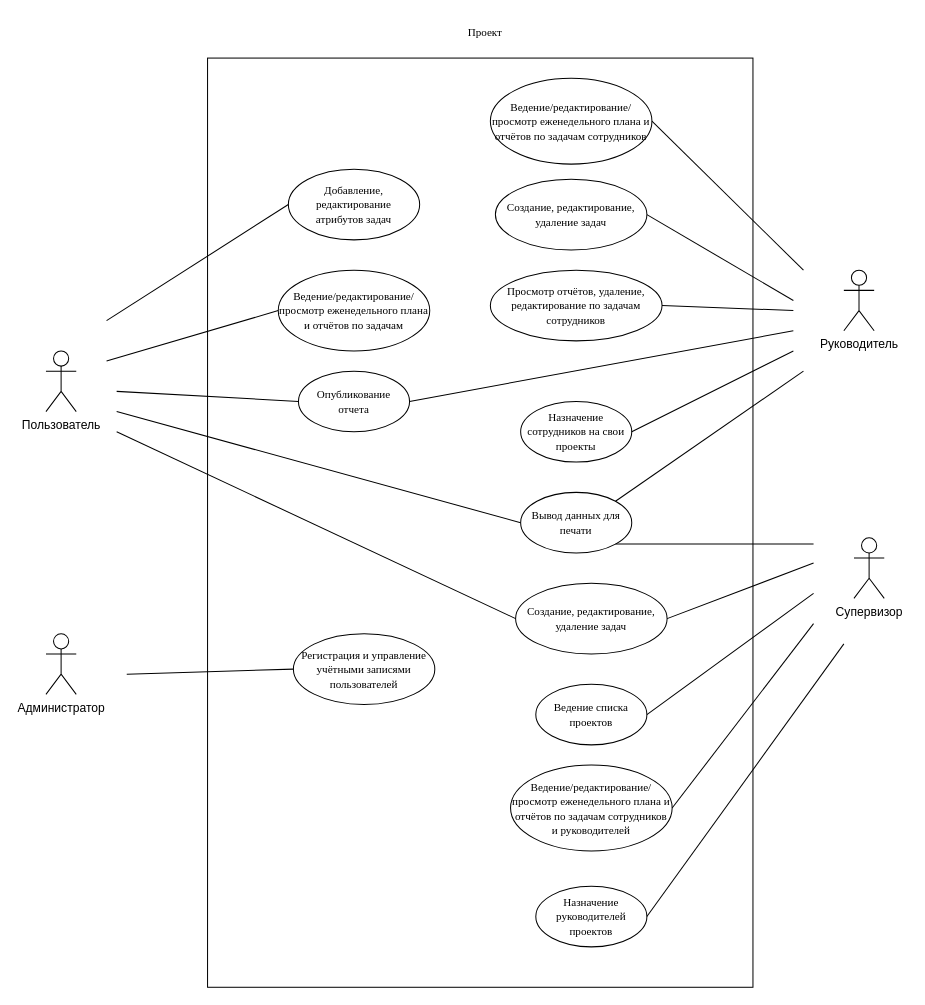
Before: Для ДЗ №8.drawio in pytonuserouner/UML_study, a draw.io diagram. Source tidied: cells renumbered, new cells numbered last; positions are measured from the earlier drawing's top-left corner, leaving out a move shared by most shapes. Both pictures are drawn from the tidied source at 101%, with x=0, y=0 at pixel (45, 17).
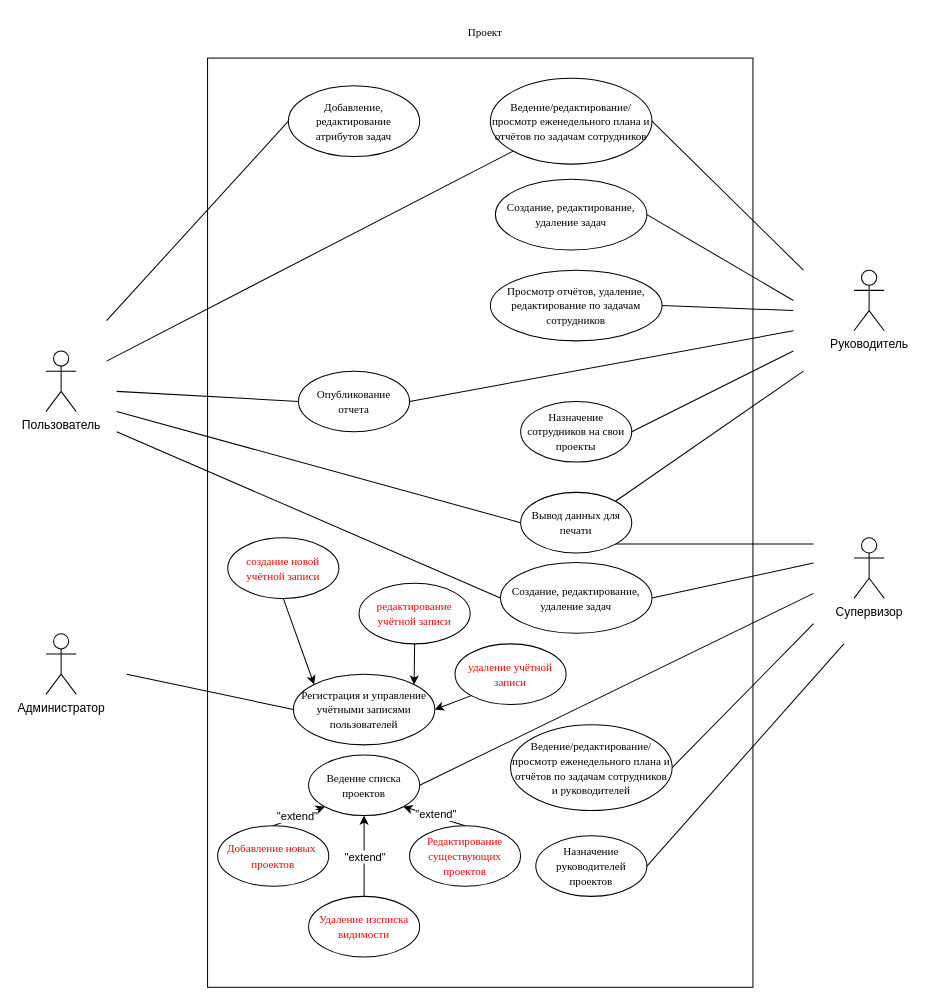
The same diagram, later.

The change refers to these unchanged cells:
```xml
<mxCell id="33" value="&lt;font face=&quot;Times New Roman&quot;&gt;&lt;span style=&quot;font-size: 11px;&quot;&gt;Ведение/редактирование/просмотр еженедельного плана и отчётов по задачам сотрудников&lt;/span&gt;&lt;/font&gt;" style="ellipse;whiteSpace=wrap;html=1;" parent="1" vertex="1">
  <mxGeometry x="440" y="60" width="160" height="85" as="geometry" />
</mxCell>
```

Change to the diagram source:
```diff
@@
     <mxCell id="6" value="Руководитель" style="shape=umlActor;verticalLabelPosition=bottom;verticalAlign=top;html=1;" parent="1" vertex="1">
-      <mxGeometry x="790" y="250" width="30" height="60" as="geometry" />
+      <mxGeometry x="800" y="250" width="30" height="60" as="geometry" />
     </mxCell>
-    <mxCell id="7" value="&lt;font face=&quot;Times New Roman&quot;&gt;&lt;span style=&quot;font-size: 11px;&quot;&gt;Ведение/редактирование/просмотр еженедельного плана и отчётов по задачам&lt;/span&gt;&lt;/font&gt;" style="ellipse;whiteSpace=wrap;html=1;" parent="1" vertex="1">
-      <mxGeometry x="230" y="250" width="150" height="80" as="geometry" />
-    </mxCell>
     <mxCell id="8" value="&lt;font face=&quot;Times New Roman&quot;&gt;&lt;span style=&quot;font-size: 11px;&quot;&gt;Добавление, редактирование&lt;/span&gt;&lt;/font&gt;&lt;div&gt;&lt;font face=&quot;Times New Roman&quot;&gt;&lt;span style=&quot;font-size: 11px;&quot;&gt;атрибутов задач&lt;/span&gt;&lt;/font&gt;&lt;/div&gt;" style="ellipse;whiteSpace=wrap;html=1;" parent="1" vertex="1">
-      <mxGeometry x="240" y="150" width="130" height="70" as="geometry" />
+      <mxGeometry x="240" y="67.5" width="130" height="70" as="geometry" />
     </mxCell>
@@
     <mxCell id="11" value="&lt;font face=&quot;Times New Roman&quot;&gt;&lt;span style=&quot;font-size: 11px;&quot;&gt;Создание, редактирование, удаление задач&lt;/span&gt;&lt;/font&gt;" style="ellipse;whiteSpace=wrap;html=1;" parent="1" vertex="1">
-      <mxGeometry x="465" y="560" width="150" height="70" as="geometry" />
+      <mxGeometry x="450" y="539.5" width="150" height="70" as="geometry" />
     </mxCell>
@@
-    <mxCell id="14" style="endArrow=none;html=1;rounded=0;entryX=0;entryY=0.5;entryDx=0;entryDy=0;" parent="1" edge="1" target="7">
+    <mxCell id="14" style="endArrow=none;html=1;rounded=0;" parent="1" edge="1" target="33">
       <mxGeometry relative="1" as="geometry">
         <mxPoint x="60" y="340" as="sourcePoint" />
       </mxGeometry>
     </mxCell>
@@
     <mxCell id="21" value="&lt;font face=&quot;Times New Roman&quot;&gt;&lt;span style=&quot;font-size: 11px;&quot;&gt;Ведение списка проектов&lt;/span&gt;&lt;/font&gt;" style="ellipse;whiteSpace=wrap;html=1;" parent="1" vertex="1">
-      <mxGeometry x="485" y="660" width="110" height="60" as="geometry" />
+      <mxGeometry x="260" y="730" width="110" height="60" as="geometry" />
     </mxCell>
     <mxCell id="22" value="&lt;font face=&quot;Times New Roman&quot;&gt;&lt;span style=&quot;font-size: 11px;&quot;&gt;Назначение руководителей проектов&lt;/span&gt;&lt;/font&gt;" style="ellipse;whiteSpace=wrap;html=1;" parent="1" vertex="1">
-      <mxGeometry x="485" y="860" width="110" height="60" as="geometry" />
+      <mxGeometry x="485" y="810" width="110" height="60" as="geometry" />
     </mxCell>
     <mxCell id="23" value="&lt;font face=&quot;Times New Roman&quot;&gt;&lt;span style=&quot;font-size: 11px;&quot;&gt;Регистрация и управление учётными записями пользователей&lt;/span&gt;&lt;/font&gt;" style="ellipse;whiteSpace=wrap;html=1;" parent="1" vertex="1">
-      <mxGeometry x="245" y="610" width="140" height="70" as="geometry" />
+      <mxGeometry x="245" y="650" width="140" height="70" as="geometry" />
     </mxCell>
@@
     <mxCell id="35" value="&lt;font face=&quot;Times New Roman&quot;&gt;&lt;span style=&quot;font-size: 11px;&quot;&gt;Ведение/редактирование/просмотр еженедельного плана и отчётов по задачам сотрудников и руководителей&lt;/span&gt;&lt;/font&gt;" style="ellipse;whiteSpace=wrap;html=1;" parent="1" vertex="1">
-      <mxGeometry x="460" y="740" width="160" height="85" as="geometry" />
+      <mxGeometry x="460" y="700" width="160" height="85" as="geometry" />
     </mxCell>
@@
+    <mxCell id="38" value="&lt;font color=&quot;#fa0000&quot; face=&quot;Times New Roman&quot;&gt;&lt;span style=&quot;font-size: 11px;&quot;&gt;Редактирование существующих проектов&lt;/span&gt;&lt;/font&gt;" style="ellipse;whiteSpace=wrap;html=1;" parent="1" vertex="1">
+      <mxGeometry x="360" y="800" width="110" height="60" as="geometry" />
+    </mxCell>
+    <mxCell id="39" value="&lt;font color=&quot;#f50505&quot; face=&quot;Times New Roman&quot;&gt;&lt;span style=&quot;font-size: 11px;&quot;&gt;Добавление новых&amp;nbsp; проектов&lt;/span&gt;&lt;/font&gt;" style="ellipse;whiteSpace=wrap;html=1;" parent="1" vertex="1">
+      <mxGeometry x="170" y="800" width="110" height="60" as="geometry" />
+    </mxCell>
+    <mxCell id="40" value="&lt;font color=&quot;#fc0303&quot; face=&quot;Times New Roman&quot;&gt;&lt;span style=&quot;font-size: 11px;&quot;&gt;Удаление изсписка видимости&lt;/span&gt;&lt;/font&gt;" style="ellipse;whiteSpace=wrap;html=1;" parent="1" vertex="1">
+      <mxGeometry x="260" y="870" width="110" height="60" as="geometry" />
+    </mxCell>
+    <mxCell id="41" style="endArrow=classic;html=1;rounded=0;entryX=1;entryY=1;entryDx=0;entryDy=0;exitX=0.5;exitY=0;exitDx=0;exitDy=0;" parent="1" edge="1" source="38" target="21">
+      <mxGeometry relative="1" as="geometry" />
+    </mxCell>
+    <mxCell id="42" value="&quot;extend&quot;" style="edgeLabel;html=1;align=center;verticalAlign=middle;" parent="41" vertex="1">
+      <mxGeometry x="-0.01" y="-2" relative="1" as="geometry" />
+    </mxCell>
+    <mxCell id="43" style="endArrow=classic;html=1;rounded=0;entryX=0;entryY=1;entryDx=0;entryDy=0;exitX=0.5;exitY=0;exitDx=0;exitDy=0;" parent="1" edge="1" source="39" target="21">
+      <mxGeometry relative="1" as="geometry" />
+    </mxCell>
+    <mxCell id="44" value="&quot;extend&quot;" style="edgeLabel;html=1;align=center;verticalAlign=middle;" parent="43" vertex="1">
+      <mxGeometry x="-0.08" y="1" relative="1" as="geometry" />
+    </mxCell>
+    <mxCell id="45" style="endArrow=classic;html=1;rounded=0;entryX=0.5;entryY=1;entryDx=0;entryDy=0;exitX=0.5;exitY=0;exitDx=0;exitDy=0;" parent="1" edge="1" source="40" target="21">
+      <mxGeometry relative="1" as="geometry" />
+    </mxCell>
+    <mxCell id="46" value="&quot;extend&quot;" style="edgeLabel;html=1;align=center;verticalAlign=middle;" parent="45" vertex="1">
+      <mxGeometry x="0.01" relative="1" as="geometry" />
+    </mxCell>
+    <mxCell id="47" value="&lt;font color=&quot;#f90101&quot; face=&quot;Times New Roman&quot;&gt;&lt;span style=&quot;font-size: 11px;&quot;&gt;редактирование учётной записи&lt;/span&gt;&lt;/font&gt;" style="ellipse;whiteSpace=wrap;html=1;" parent="1" vertex="1">
+      <mxGeometry x="310" y="560" width="110" height="60" as="geometry" />
+    </mxCell>
+    <mxCell id="48" value="&lt;font color=&quot;#f90101&quot; face=&quot;Times New Roman&quot;&gt;&lt;span style=&quot;font-size: 11px;&quot;&gt;удаление учётной записи&lt;/span&gt;&lt;/font&gt;" style="ellipse;whiteSpace=wrap;html=1;" parent="1" vertex="1">
+      <mxGeometry x="405" y="620" width="110" height="60" as="geometry" />
+    </mxCell>
+    <mxCell id="49" value="&lt;div&gt;&lt;font color=&quot;#f40101&quot; face=&quot;Times New Roman&quot;&gt;&lt;span style=&quot;font-size: 11px;&quot;&gt;создание новой&lt;/span&gt;&lt;/font&gt;&lt;/div&gt;&lt;div&gt;&lt;font color=&quot;#f40101&quot; face=&quot;Times New Roman&quot;&gt;&lt;span style=&quot;font-size: 11px;&quot;&gt;учётной записи&lt;/span&gt;&lt;/font&gt;&lt;/div&gt;" style="ellipse;whiteSpace=wrap;html=1;" parent="1" vertex="1">
+      <mxGeometry x="180" y="515" width="110" height="60" as="geometry" />
+    </mxCell>
+    <mxCell id="50" style="endArrow=classic;html=1;rounded=0;entryX=1;entryY=0.5;entryDx=0;entryDy=0;exitX=0;exitY=1;exitDx=0;exitDy=0;" parent="1" edge="1" source="48" target="23">
+      <mxGeometry relative="1" as="geometry" />
+    </mxCell>
+    <mxCell id="51" style="endArrow=classic;html=1;rounded=0;exitX=0.5;exitY=1;exitDx=0;exitDy=0;entryX=1;entryY=0;entryDx=0;entryDy=0;" parent="1" edge="1" source="47" target="23">
+      <mxGeometry relative="1" as="geometry" />
+    </mxCell>
+    <mxCell id="52" style="endArrow=classic;html=1;rounded=0;exitX=0.5;exitY=1;exitDx=0;exitDy=0;entryX=0;entryY=0;entryDx=0;entryDy=0;" parent="1" edge="1" source="49" target="23">
+      <mxGeometry relative="1" as="geometry" />
+    </mxCell>
```
